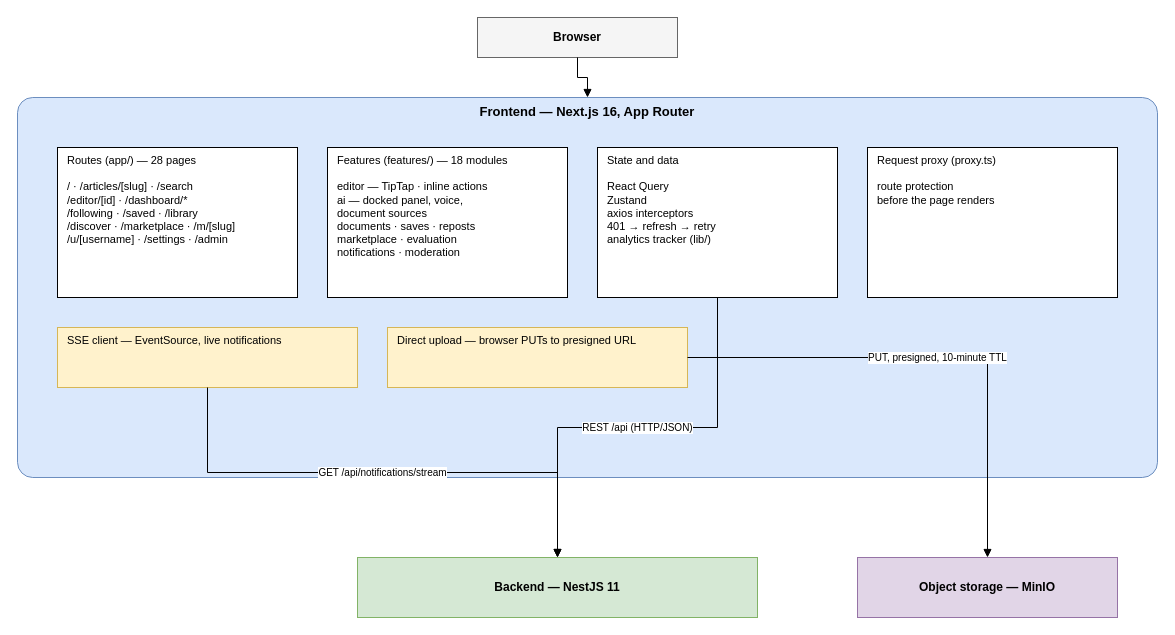
This is diagrams/fig-3-1-architecture-frontend/fig-3-1-architecture-frontend.drawio from inkwell-dev/spec.inkwell.ai, a draw.io file, before an edit. Source tidied: cells renumbered, new cells numbered last; positions are measured from the earlier drawing's top-left corner, leaving out a move shared by most shapes. Both pictures are drawn from the tidied source at 100%, with x=0, y=0 at pixel (17, 17).
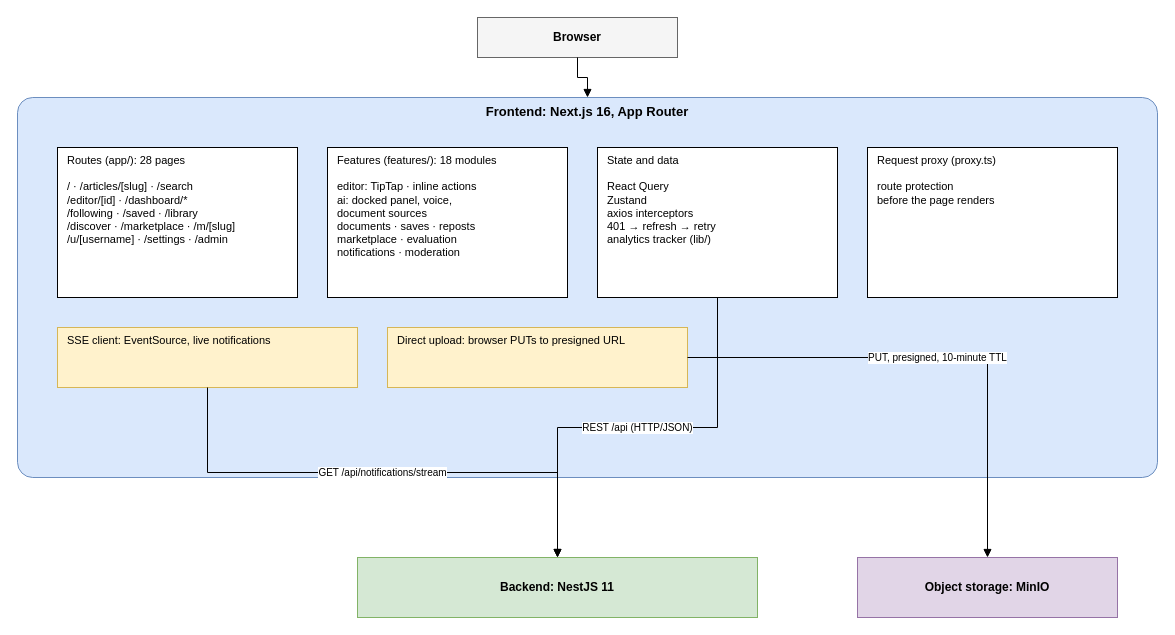
The same page after the edit.

The edit, as a diff of the source:
```diff
@@
 <mxGraphModel>
   <root>
     <mxCell id="0" />
     <mxCell id="1" parent="0" />
     <mxCell id="2" value="Browser" style="rounded=0;whiteSpace=wrap;html=1;fontStyle=1;fontSize=12;fillColor=#F5F5F5;strokeColor=#666666;" parent="1" vertex="1">
       <mxGeometry x="460" width="200" height="40" as="geometry" />
     </mxCell>
-    <mxCell id="3" value="Frontend — Next.js 16, App Router" style="rounded=1;whiteSpace=wrap;html=1;verticalAlign=top;fontStyle=1;fontSize=13;arcSize=4;fillColor=#DAE8FC;strokeColor=#6C8EBF;" parent="1" vertex="1">
+    <mxCell id="3" value="Frontend: Next.js 16, App Router" style="rounded=1;whiteSpace=wrap;html=1;verticalAlign=top;fontStyle=1;fontSize=13;arcSize=4;fillColor=#DAE8FC;strokeColor=#6C8EBF;" parent="1" vertex="1">
       <mxGeometry y="80" width="1140" height="380" as="geometry" />
     </mxCell>
-    <mxCell id="4" value="Routes (app/) — 28 pages&lt;br&gt;&lt;br&gt;/ · /articles/[slug] · /search&lt;br&gt;/editor/[id] · /dashboard/*&lt;br&gt;/following · /saved · /library&lt;br&gt;/discover · /marketplace · /m/[slug]&lt;br&gt;/u/[username] · /settings · /admin" style="rounded=0;whiteSpace=wrap;html=1;verticalAlign=top;align=left;spacingLeft=8;fontSize=11;fillColor=#FFFFFF;strokeColor=#000000;" parent="1" vertex="1">
+    <mxCell id="4" value="Routes (app/): 28 pages&lt;br&gt;&lt;br&gt;/ · /articles/[slug] · /search&lt;br&gt;/editor/[id] · /dashboard/*&lt;br&gt;/following · /saved · /library&lt;br&gt;/discover · /marketplace · /m/[slug]&lt;br&gt;/u/[username] · /settings · /admin" style="rounded=0;whiteSpace=wrap;html=1;verticalAlign=top;align=left;spacingLeft=8;fontSize=11;fillColor=#FFFFFF;strokeColor=#000000;" parent="1" vertex="1">
       <mxGeometry x="40" y="130" width="240" height="150" as="geometry" />
     </mxCell>
-    <mxCell id="5" value="Features (features/) — 18 modules&lt;br&gt;&lt;br&gt;editor — TipTap · inline actions&lt;br&gt;ai — docked panel, voice,&lt;br&gt;document sources&lt;br&gt;documents · saves · reposts&lt;br&gt;marketplace · evaluation&lt;br&gt;notifications · moderation" style="rounded=0;whiteSpace=wrap;html=1;verticalAlign=top;align=left;spacingLeft=8;fontSize=11;fillColor=#FFFFFF;strokeColor=#000000;" parent="1" vertex="1">
+    <mxCell id="5" value="Features (features/): 18 modules&lt;br&gt;&lt;br&gt;editor: TipTap · inline actions&lt;br&gt;ai: docked panel, voice,&lt;br&gt;document sources&lt;br&gt;documents · saves · reposts&lt;br&gt;marketplace · evaluation&lt;br&gt;notifications · moderation" style="rounded=0;whiteSpace=wrap;html=1;verticalAlign=top;align=left;spacingLeft=8;fontSize=11;fillColor=#FFFFFF;strokeColor=#000000;" parent="1" vertex="1">
       <mxGeometry x="310" y="130" width="240" height="150" as="geometry" />
     </mxCell>
     <mxCell id="6" value="State and data&lt;br&gt;&lt;br&gt;React Query&lt;br&gt;Zustand&lt;br&gt;axios interceptors&lt;br&gt;401 → refresh → retry&lt;br&gt;analytics tracker (lib/)" style="rounded=0;whiteSpace=wrap;html=1;verticalAlign=top;align=left;spacingLeft=8;fontSize=11;fillColor=#FFFFFF;strokeColor=#000000;" parent="1" vertex="1">
       <mxGeometry x="580" y="130" width="240" height="150" as="geometry" />
     </mxCell>
     <mxCell id="7" value="Request proxy (proxy.ts)&lt;br&gt;&lt;br&gt;route protection&lt;br&gt;before the page renders" style="rounded=0;whiteSpace=wrap;html=1;verticalAlign=top;align=left;spacingLeft=8;fontSize=11;fillColor=#FFFFFF;strokeColor=#000000;" parent="1" vertex="1">
       <mxGeometry x="850" y="130" width="250" height="150" as="geometry" />
     </mxCell>
-    <mxCell id="8" value="SSE client — EventSource, live notifications" style="rounded=0;whiteSpace=wrap;html=1;verticalAlign=top;align=left;spacingLeft=8;fontSize=11;fillColor=#FFF2CC;strokeColor=#D6B656;" parent="1" vertex="1">
+    <mxCell id="8" value="SSE client: EventSource, live notifications" style="rounded=0;whiteSpace=wrap;html=1;verticalAlign=top;align=left;spacingLeft=8;fontSize=11;fillColor=#FFF2CC;strokeColor=#D6B656;" parent="1" vertex="1">
       <mxGeometry x="40" y="310" width="300" height="60" as="geometry" />
     </mxCell>
-    <mxCell id="9" value="Direct upload — browser PUTs to presigned URL" style="rounded=0;whiteSpace=wrap;html=1;verticalAlign=top;align=left;spacingLeft=8;fontSize=11;fillColor=#FFF2CC;strokeColor=#D6B656;" parent="1" vertex="1">
+    <mxCell id="9" value="Direct upload: browser PUTs to presigned URL" style="rounded=0;whiteSpace=wrap;html=1;verticalAlign=top;align=left;spacingLeft=8;fontSize=11;fillColor=#FFF2CC;strokeColor=#D6B656;" parent="1" vertex="1">
       <mxGeometry x="370" y="310" width="300" height="60" as="geometry" />
     </mxCell>
-    <mxCell id="10" value="Backend — NestJS 11" style="rounded=0;whiteSpace=wrap;html=1;fontStyle=1;fontSize=12;fillColor=#D5E8D4;strokeColor=#82B366;" parent="1" vertex="1">
+    <mxCell id="10" value="Backend: NestJS 11" style="rounded=0;whiteSpace=wrap;html=1;fontStyle=1;fontSize=12;fillColor=#D5E8D4;strokeColor=#82B366;" parent="1" vertex="1">
       <mxGeometry x="340" y="540" width="400" height="60" as="geometry" />
     </mxCell>
-    <mxCell id="11" value="Object storage — MinIO" style="rounded=0;whiteSpace=wrap;html=1;fontStyle=1;fontSize=12;fillColor=#E1D5E7;strokeColor=#9673A6;" parent="1" vertex="1">
+    <mxCell id="11" value="Object storage: MinIO" style="rounded=0;whiteSpace=wrap;html=1;fontStyle=1;fontSize=12;fillColor=#E1D5E7;strokeColor=#9673A6;" parent="1" vertex="1">
       <mxGeometry x="840" y="540" width="260" height="60" as="geometry" />
     </mxCell>
     <mxCell id="12" style="edgeStyle=orthogonalEdgeStyle;rounded=0;html=1;endArrow=block;endFill=1;fontSize=10;labelBackgroundColor=#FFFFFF;exitX=0.5;exitY=1;exitDx=0;exitDy=0;entryX=0.5;entryY=0;entryDx=0;entryDy=0;" parent="1" edge="1" source="2" target="3">
       <mxGeometry relative="1" as="geometry" />
     </mxCell>
     <mxCell id="13" value="REST /api (HTTP/JSON)" style="edgeStyle=orthogonalEdgeStyle;rounded=0;html=1;endArrow=block;endFill=1;fontSize=10;labelBackgroundColor=#FFFFFF;exitX=0.5;exitY=1;exitDx=0;exitDy=0;entryX=0.5;entryY=0;entryDx=0;entryDy=0;" parent="1" edge="1" source="6" target="10">
       <mxGeometry relative="1" as="geometry" />
     </mxCell>
     <mxCell id="14" value="GET /api/notifications/stream" style="edgeStyle=orthogonalEdgeStyle;rounded=0;html=1;endArrow=block;endFill=1;fontSize=10;labelBackgroundColor=#FFFFFF;exitX=0.5;exitY=1;exitDx=0;exitDy=0;entryX=0.5;entryY=0;entryDx=0;entryDy=0;" parent="1" edge="1" source="8" target="10">
       <mxGeometry relative="1" as="geometry" />
     </mxCell>
     <mxCell id="15" value="PUT, presigned, 10-minute TTL" style="edgeStyle=orthogonalEdgeStyle;rounded=0;html=1;endArrow=block;endFill=1;fontSize=10;labelBackgroundColor=#FFFFFF;exitX=1;exitY=0.5;exitDx=0;exitDy=0;entryX=0.5;entryY=0;entryDx=0;entryDy=0;" parent="1" edge="1" source="9" target="11">
       <mxGeometry relative="1" as="geometry" />
     </mxCell>
   </root>
 </mxGraphModel>
```
